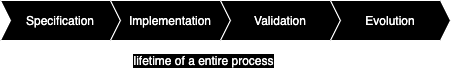
nyu-software-engineering/course-materials keeps this draw.io diagram as docs/images/software_lifecycles_waterfall.png. Above is the earlier version. Source tidied: cells renumbered, new cells last; positions are measured from the earlier drawing's top-left corner, leaving out a move shared by most shapes.
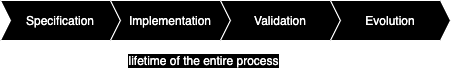
Later version of the same file.

The edit, as a diff of the source:
```diff
@@ -20,7 +20,7 @@
         <mxPoint x="440" y="60" as="targetPoint" />
       </mxGeometry>
     </mxCell>
-    <mxCell id="7" value="lifetime of a entire process" style="text;html=1;align=center;verticalAlign=middle;labelBackgroundColor=#000000;fontColor=#FFFFFF;" parent="6" vertex="1">
+    <mxCell id="7" value="lifetime of the entire process" style="text;html=1;align=center;verticalAlign=middle;labelBackgroundColor=#000000;fontColor=#FFFFFF;" parent="6" vertex="1">
       <mxGeometry x="-0.08" relative="1" as="geometry" />
     </mxCell>
   </root>
```
